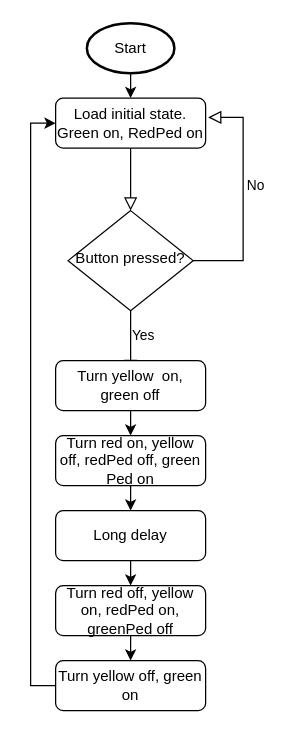
Before: trafficFlow.drawio in Squing0/Calculator, a draw.io diagram. Source tidied: cells renumbered, new cells numbered last; positions are measured from the earlier drawing's top-left corner, leaving out a move shared by most shapes. Both pictures are drawn from the tidied source at 125%, with x=0, y=0 at pixel (55, 22).
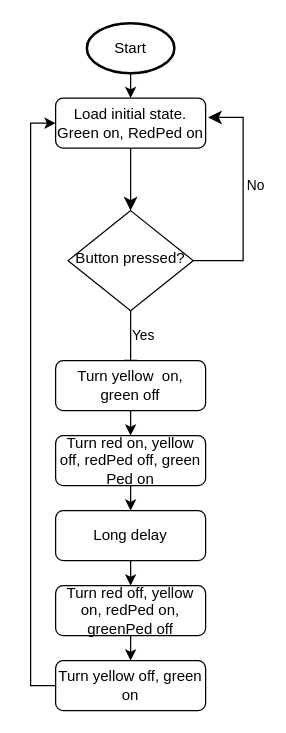
The same diagram, later.

The change refers to these unchanged cells:
```xml
<mxCell id="3" value="Load initial state. Green on, RedPed on" style="rounded=1;whiteSpace=wrap;html=1;fontSize=12;glass=0;strokeWidth=1;shadow=0;" parent="1" vertex="1">
  <mxGeometry y="60" width="120" height="40" as="geometry" />
</mxCell>
<mxCell id="6" value="Button pressed?" style="rhombus;whiteSpace=wrap;html=1;shadow=0;fontFamily=Helvetica;fontSize=12;align=center;strokeWidth=1;spacing=6;spacingTop=-4;" parent="1" vertex="1">
  <mxGeometry x="10" y="150" width="100" height="80" as="geometry" />
</mxCell>
```

The edit, as a diff of the source:
```diff
@@
-    <mxCell id="2" style="rounded=0;html=1;jettySize=auto;fontSize=11;endArrow=block;endFill=0;endSize=8;strokeWidth=1;shadow=0;labelBackgroundColor=none;edgeStyle=orthogonalEdgeStyle;" parent="1" edge="1" source="3" target="6">
+    <mxCell id="2" style="rounded=0;html=1;jettySize=auto;fontSize=11;endArrow=classic;endFill=1;endSize=8;strokeWidth=1;shadow=0;labelBackgroundColor=none;edgeStyle=orthogonalEdgeStyle;" parent="1" edge="1" source="3" target="6">
       <mxGeometry relative="1" as="geometry" />
     </mxCell>
@@
-    <mxCell id="5" value="No" style="edgeStyle=orthogonalEdgeStyle;rounded=0;html=1;jettySize=auto;fontSize=11;endArrow=block;endFill=0;endSize=8;strokeWidth=1;shadow=0;labelBackgroundColor=none;entryX=1.017;entryY=0.386;entryDx=0;entryDy=0;entryPerimeter=0;" parent="1" edge="1" source="6" target="3">
+    <mxCell id="5" value="No" style="edgeStyle=orthogonalEdgeStyle;rounded=0;html=1;jettySize=auto;fontSize=11;endArrow=classic;endFill=1;endSize=8;strokeWidth=1;shadow=0;labelBackgroundColor=none;entryX=1.017;entryY=0.386;entryDx=0;entryDy=0;entryPerimeter=0;" parent="1" edge="1" source="6" target="3">
       <mxGeometry x="0.1" y="-10" relative="1" as="geometry">
         <Array as="points">
           <mxPoint x="150" y="190" />
           <mxPoint x="150" y="75" />
         </Array>
       </mxGeometry>
     </mxCell>
```
